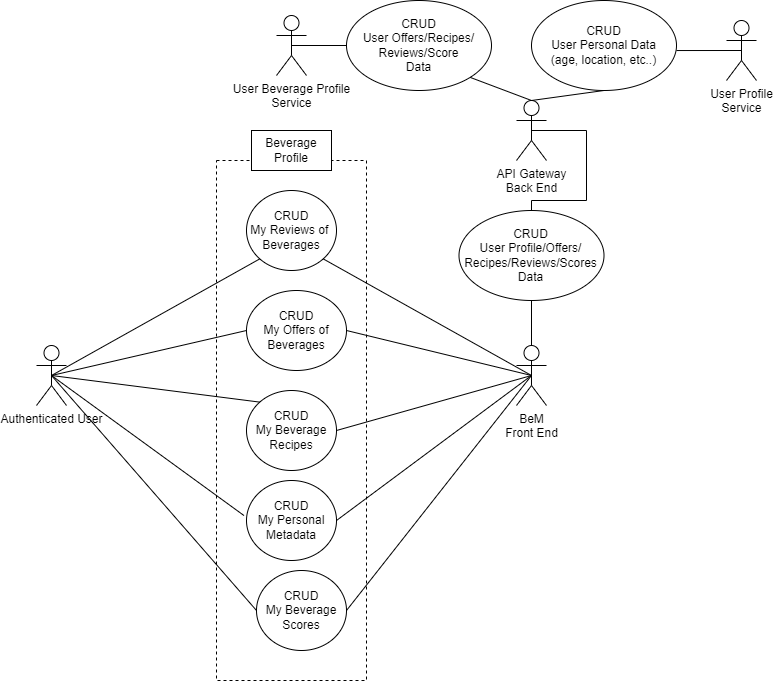
Above: final-deliverables/diagrams/use_case/beverage_and_user_profile.png in Elaech/Wade-BeM (draw.io), before the change. Source tidied: cells renumbered, new cells last; positions are measured from the earlier drawing's top-left corner, leaving out a move shared by most shapes. Source of this version:
```xml
<mxGraphModel>
  <root>
    <mxCell id="0" />
    <mxCell id="1" parent="0" />
    <mxCell id="2" style="rounded=0;whiteSpace=wrap;html=1;dashed=1;" parent="1" vertex="1">
      <mxGeometry x="180" y="160" width="150" height="520" as="geometry" />
    </mxCell>
    <mxCell id="3" value="Authenticated User" style="shape=umlActor;verticalLabelPosition=bottom;verticalAlign=top;html=1;outlineConnect=0;" parent="1" vertex="1">
      <mxGeometry y="345" width="30" height="60" as="geometry" />
    </mxCell>
    <mxCell id="4" value="API Gateway&lt;br&gt;Back End" style="shape=umlActor;verticalLabelPosition=bottom;verticalAlign=top;html=1;outlineConnect=0;" parent="1" vertex="1">
      <mxGeometry x="480" y="100" width="30" height="60" as="geometry" />
    </mxCell>
    <mxCell id="5" value="BeM&lt;br&gt;Front End" style="shape=umlActor;verticalLabelPosition=bottom;verticalAlign=top;html=1;outlineConnect=0;" parent="1" vertex="1">
      <mxGeometry x="480" y="345" width="30" height="60" as="geometry" />
    </mxCell>
    <mxCell id="6" value="User Profile&lt;br&gt;Service" style="shape=umlActor;verticalLabelPosition=bottom;verticalAlign=top;html=1;outlineConnect=0;" parent="1" vertex="1">
      <mxGeometry x="690" y="20" width="30" height="60" as="geometry" />
    </mxCell>
    <mxCell id="7" value="CRUD&lt;br&gt;My Reviews of&amp;nbsp;&lt;br&gt;Beverages" style="ellipse;whiteSpace=wrap;html=1;" parent="1" vertex="1">
      <mxGeometry x="210" y="190" width="90" height="80" as="geometry" />
    </mxCell>
    <mxCell id="8" value="CRUD&lt;br&gt;My Offers of&lt;br&gt;Beverages" style="ellipse;whiteSpace=wrap;html=1;" parent="1" vertex="1">
      <mxGeometry x="210" y="290" width="100" height="80" as="geometry" />
    </mxCell>
    <mxCell id="9" style="endArrow=none;html=1;rounded=0;strokeColor=default;exitX=0.5;exitY=0.5;exitDx=0;exitDy=0;exitPerimeter=0;entryX=0;entryY=1;entryDx=0;entryDy=0;" parent="1" edge="1" source="3" target="7">
      <mxGeometry relative="1" as="geometry" />
    </mxCell>
    <mxCell id="10" style="endArrow=none;html=1;rounded=0;strokeColor=default;exitX=0.5;exitY=0.5;exitDx=0;exitDy=0;exitPerimeter=0;entryX=0;entryY=0.5;entryDx=0;entryDy=0;" parent="1" edge="1" source="3" target="8">
      <mxGeometry relative="1" as="geometry" />
    </mxCell>
    <mxCell id="11" style="endArrow=none;html=1;rounded=0;strokeColor=default;exitX=0.5;exitY=0.5;exitDx=0;exitDy=0;entryX=1;entryY=1;entryDx=0;entryDy=0;exitPerimeter=0;" parent="1" edge="1" source="5" target="7">
      <mxGeometry relative="1" as="geometry" />
    </mxCell>
    <mxCell id="12" style="endArrow=none;html=1;rounded=0;strokeColor=default;exitX=0.5;exitY=0.5;exitDx=0;exitDy=0;entryX=1;entryY=0.5;entryDx=0;entryDy=0;exitPerimeter=0;" parent="1" edge="1" source="5" target="8">
      <mxGeometry relative="1" as="geometry" />
    </mxCell>
    <mxCell id="13" style="endArrow=none;html=1;rounded=0;strokeColor=default;exitX=1;exitY=0.5;exitDx=0;exitDy=0;entryX=0.5;entryY=0.5;entryDx=0;entryDy=0;entryPerimeter=0;" parent="1" edge="1" source="17" target="5">
      <mxGeometry relative="1" as="geometry" />
    </mxCell>
    <mxCell id="14" value="CRUD&lt;br&gt;My Beverage Recipes" style="ellipse;whiteSpace=wrap;html=1;" parent="1" vertex="1">
      <mxGeometry x="210" y="390" width="90" height="80" as="geometry" />
    </mxCell>
    <mxCell id="15" style="endArrow=none;html=1;rounded=0;strokeColor=default;exitX=0.5;exitY=0.5;exitDx=0;exitDy=0;exitPerimeter=0;entryX=0;entryY=0;entryDx=0;entryDy=0;" parent="1" edge="1" source="3" target="14">
      <mxGeometry relative="1" as="geometry" />
    </mxCell>
    <mxCell id="16" style="endArrow=none;html=1;rounded=0;strokeColor=default;exitX=1;exitY=0.5;exitDx=0;exitDy=0;entryX=0.5;entryY=0.5;entryDx=0;entryDy=0;entryPerimeter=0;" parent="1" edge="1" source="14" target="5">
      <mxGeometry relative="1" as="geometry" />
    </mxCell>
    <mxCell id="17" value="CRUD&lt;br&gt;My Personal Metadata" style="ellipse;whiteSpace=wrap;html=1;" parent="1" vertex="1">
      <mxGeometry x="210" y="480" width="90" height="80" as="geometry" />
    </mxCell>
    <mxCell id="18" style="endArrow=none;html=1;rounded=0;strokeColor=default;exitX=0.5;exitY=0.5;exitDx=0;exitDy=0;exitPerimeter=0;entryX=-0.028;entryY=0.438;entryDx=0;entryDy=0;entryPerimeter=0;" parent="1" edge="1" source="3" target="17">
      <mxGeometry relative="1" as="geometry" />
    </mxCell>
    <mxCell id="19" value="Beverage&lt;br&gt;Profile" style="rounded=0;whiteSpace=wrap;html=1;" parent="1" vertex="1">
      <mxGeometry x="215" y="130" width="80" height="40" as="geometry" />
    </mxCell>
    <mxCell id="20" value="User Beverage Profile&lt;br&gt;Service" style="shape=umlActor;verticalLabelPosition=bottom;verticalAlign=top;html=1;outlineConnect=0;" parent="1" vertex="1">
      <mxGeometry x="240" y="15" width="30" height="60" as="geometry" />
    </mxCell>
    <mxCell id="21" value="CRUD&lt;br&gt;User Profile/Offers/&lt;br&gt;Recipes/Reviews/Scores Data" style="ellipse;whiteSpace=wrap;html=1;" parent="1" vertex="1">
      <mxGeometry x="422.5" y="210" width="145" height="90" as="geometry" />
    </mxCell>
    <mxCell id="22" style="endArrow=none;html=1;rounded=0;exitX=0.5;exitY=0;exitDx=0;exitDy=0;exitPerimeter=0;entryX=0.5;entryY=1;entryDx=0;entryDy=0;" parent="1" edge="1" source="5" target="21">
      <mxGeometry relative="1" as="geometry" />
    </mxCell>
    <mxCell id="23" style="endArrow=none;html=1;rounded=0;exitX=0.5;exitY=0;exitDx=0;exitDy=0;entryX=0.5;entryY=0.5;entryDx=0;entryDy=0;entryPerimeter=0;" parent="1" edge="1" source="21" target="4">
      <mxGeometry relative="1" as="geometry">
        <Array as="points">
          <mxPoint x="495" y="200" />
          <mxPoint x="550" y="200" />
          <mxPoint x="550" y="130" />
        </Array>
      </mxGeometry>
    </mxCell>
    <mxCell id="24" value="CRUD&lt;br&gt;User Offers/Recipes/&lt;br&gt;Reviews/Score&lt;br&gt;Data" style="ellipse;whiteSpace=wrap;html=1;" parent="1" vertex="1">
      <mxGeometry x="310" width="145" height="90" as="geometry" />
    </mxCell>
    <mxCell id="25" style="endArrow=none;html=1;rounded=0;exitX=0.5;exitY=0;exitDx=0;exitDy=0;exitPerimeter=0;entryX=1;entryY=1;entryDx=0;entryDy=0;" parent="1" edge="1" source="4" target="24">
      <mxGeometry relative="1" as="geometry" />
    </mxCell>
    <mxCell id="26" style="endArrow=none;html=1;rounded=0;exitX=0.5;exitY=0.5;exitDx=0;exitDy=0;exitPerimeter=0;entryX=0;entryY=0.5;entryDx=0;entryDy=0;" parent="1" edge="1" source="20" target="24">
      <mxGeometry relative="1" as="geometry" />
    </mxCell>
    <mxCell id="27" value="CRUD&lt;br&gt;User Personal Data&lt;br&gt;(age, location, etc..)" style="ellipse;whiteSpace=wrap;html=1;" parent="1" vertex="1">
      <mxGeometry x="495" width="145" height="90" as="geometry" />
    </mxCell>
    <mxCell id="28" style="endArrow=none;html=1;rounded=0;exitX=0.5;exitY=1;exitDx=0;exitDy=0;entryX=0.5;entryY=0;entryDx=0;entryDy=0;entryPerimeter=0;" parent="1" edge="1" source="27" target="4">
      <mxGeometry relative="1" as="geometry" />
    </mxCell>
    <mxCell id="29" style="endArrow=none;html=1;rounded=0;exitX=0.5;exitY=0.5;exitDx=0;exitDy=0;entryX=1;entryY=0.556;entryDx=0;entryDy=0;exitPerimeter=0;entryPerimeter=0;" parent="1" edge="1" source="6" target="27">
      <mxGeometry relative="1" as="geometry" />
    </mxCell>
    <mxCell id="30" value="CRUD&lt;br&gt;My Beverage Scores" style="ellipse;whiteSpace=wrap;html=1;" parent="1" vertex="1">
      <mxGeometry x="220" y="570" width="90" height="80" as="geometry" />
    </mxCell>
    <mxCell id="31" style="endArrow=none;html=1;rounded=0;strokeColor=default;exitX=0.5;exitY=0.5;exitDx=0;exitDy=0;exitPerimeter=0;" parent="1" edge="1" source="3">
      <mxGeometry relative="1" as="geometry">
        <mxPoint x="220" y="610" as="targetPoint" />
      </mxGeometry>
    </mxCell>
    <mxCell id="32" style="endArrow=none;html=1;rounded=0;strokeColor=default;exitX=0.5;exitY=0.5;exitDx=0;exitDy=0;exitPerimeter=0;entryX=1;entryY=0.5;entryDx=0;entryDy=0;" parent="1" edge="1" source="5" target="30">
      <mxGeometry relative="1" as="geometry" />
    </mxCell>
  </root>
</mxGraphModel>
```
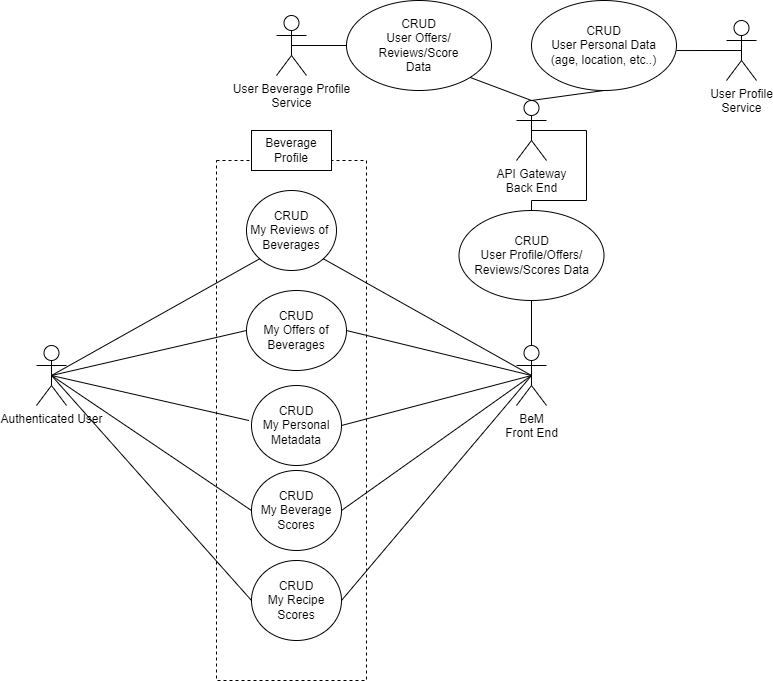
After the change.

Diff of the diagram source:
```diff
@@ -38,17 +38,8 @@
     <mxCell id="13" style="endArrow=none;html=1;rounded=0;strokeColor=default;exitX=1;exitY=0.5;exitDx=0;exitDy=0;entryX=0.5;entryY=0.5;entryDx=0;entryDy=0;entryPerimeter=0;" parent="1" edge="1" source="17" target="5">
       <mxGeometry relative="1" as="geometry" />
     </mxCell>
-    <mxCell id="14" value="CRUD&lt;br&gt;My Beverage Recipes" style="ellipse;whiteSpace=wrap;html=1;" parent="1" vertex="1">
-      <mxGeometry x="210" y="390" width="90" height="80" as="geometry" />
-    </mxCell>
-    <mxCell id="15" style="endArrow=none;html=1;rounded=0;strokeColor=default;exitX=0.5;exitY=0.5;exitDx=0;exitDy=0;exitPerimeter=0;entryX=0;entryY=0;entryDx=0;entryDy=0;" parent="1" edge="1" source="3" target="14">
-      <mxGeometry relative="1" as="geometry" />
-    </mxCell>
-    <mxCell id="16" style="endArrow=none;html=1;rounded=0;strokeColor=default;exitX=1;exitY=0.5;exitDx=0;exitDy=0;entryX=0.5;entryY=0.5;entryDx=0;entryDy=0;entryPerimeter=0;" parent="1" edge="1" source="14" target="5">
-      <mxGeometry relative="1" as="geometry" />
-    </mxCell>
     <mxCell id="17" value="CRUD&lt;br&gt;My Personal Metadata" style="ellipse;whiteSpace=wrap;html=1;" parent="1" vertex="1">
-      <mxGeometry x="210" y="480" width="90" height="80" as="geometry" />
+      <mxGeometry x="215" y="385" width="90" height="80" as="geometry" />
     </mxCell>
     <mxCell id="18" style="endArrow=none;html=1;rounded=0;strokeColor=default;exitX=0.5;exitY=0.5;exitDx=0;exitDy=0;exitPerimeter=0;entryX=-0.028;entryY=0.438;entryDx=0;entryDy=0;entryPerimeter=0;" parent="1" edge="1" source="3" target="17">
       <mxGeometry relative="1" as="geometry" />
@@ -59,7 +50,7 @@
     <mxCell id="20" value="User Beverage Profile&lt;br&gt;Service" style="shape=umlActor;verticalLabelPosition=bottom;verticalAlign=top;html=1;outlineConnect=0;" parent="1" vertex="1">
       <mxGeometry x="240" y="15" width="30" height="60" as="geometry" />
     </mxCell>
-    <mxCell id="21" value="CRUD&lt;br&gt;User Profile/Offers/&lt;br&gt;Recipes/Reviews/Scores Data" style="ellipse;whiteSpace=wrap;html=1;" parent="1" vertex="1">
+    <mxCell id="21" value="CRUD&lt;br&gt;User Profile/Offers/&lt;br&gt;Reviews/Scores Data" style="ellipse;whiteSpace=wrap;html=1;" parent="1" vertex="1">
       <mxGeometry x="422.5" y="210" width="145" height="90" as="geometry" />
     </mxCell>
     <mxCell id="22" style="endArrow=none;html=1;rounded=0;exitX=0.5;exitY=0;exitDx=0;exitDy=0;exitPerimeter=0;entryX=0.5;entryY=1;entryDx=0;entryDy=0;" parent="1" edge="1" source="5" target="21">
@@ -74,7 +65,7 @@
         </Array>
       </mxGeometry>
     </mxCell>
-    <mxCell id="24" value="CRUD&lt;br&gt;User Offers/Recipes/&lt;br&gt;Reviews/Score&lt;br&gt;Data" style="ellipse;whiteSpace=wrap;html=1;" parent="1" vertex="1">
+    <mxCell id="24" value="CRUD&lt;br&gt;User Offers/&lt;br&gt;Reviews/Score&lt;br&gt;Data" style="ellipse;whiteSpace=wrap;html=1;" parent="1" vertex="1">
       <mxGeometry x="310" width="145" height="90" as="geometry" />
     </mxCell>
     <mxCell id="25" style="endArrow=none;html=1;rounded=0;exitX=0.5;exitY=0;exitDx=0;exitDy=0;exitPerimeter=0;entryX=1;entryY=1;entryDx=0;entryDy=0;" parent="1" edge="1" source="4" target="24">
@@ -93,15 +84,22 @@
       <mxGeometry relative="1" as="geometry" />
     </mxCell>
     <mxCell id="30" value="CRUD&lt;br&gt;My Beverage Scores" style="ellipse;whiteSpace=wrap;html=1;" parent="1" vertex="1">
-      <mxGeometry x="220" y="570" width="90" height="80" as="geometry" />
+      <mxGeometry x="215" y="470" width="90" height="80" as="geometry" />
     </mxCell>
-    <mxCell id="31" style="endArrow=none;html=1;rounded=0;strokeColor=default;exitX=0.5;exitY=0.5;exitDx=0;exitDy=0;exitPerimeter=0;" parent="1" edge="1" source="3">
-      <mxGeometry relative="1" as="geometry">
-        <mxPoint x="220" y="610" as="targetPoint" />
-      </mxGeometry>
+    <mxCell id="31" style="endArrow=none;html=1;rounded=0;strokeColor=default;exitX=0.5;exitY=0.5;exitDx=0;exitDy=0;exitPerimeter=0;entryX=0;entryY=0.5;entryDx=0;entryDy=0;" parent="1" edge="1" source="3" target="30">
+      <mxGeometry relative="1" as="geometry" />
     </mxCell>
     <mxCell id="32" style="endArrow=none;html=1;rounded=0;strokeColor=default;exitX=0.5;exitY=0.5;exitDx=0;exitDy=0;exitPerimeter=0;entryX=1;entryY=0.5;entryDx=0;entryDy=0;" parent="1" edge="1" source="5" target="30">
       <mxGeometry relative="1" as="geometry" />
     </mxCell>
+    <mxCell id="33" value="CRUD&lt;br&gt;My Recipe Scores" style="ellipse;whiteSpace=wrap;html=1;" parent="1" vertex="1">
+      <mxGeometry x="215" y="560" width="90" height="80" as="geometry" />
+    </mxCell>
+    <mxCell id="34" style="endArrow=none;html=1;rounded=0;strokeColor=default;exitX=0.5;exitY=0.5;exitDx=0;exitDy=0;exitPerimeter=0;entryX=0;entryY=0.5;entryDx=0;entryDy=0;" parent="1" edge="1" source="3" target="33">
+      <mxGeometry relative="1" as="geometry" />
+    </mxCell>
+    <mxCell id="35" style="endArrow=none;html=1;rounded=0;strokeColor=default;exitX=0.5;exitY=0.5;exitDx=0;exitDy=0;exitPerimeter=0;entryX=1;entryY=0.5;entryDx=0;entryDy=0;" parent="1" edge="1" source="5" target="33">
+      <mxGeometry relative="1" as="geometry" />
+    </mxCell>
   </root>
 </mxGraphModel>
```
